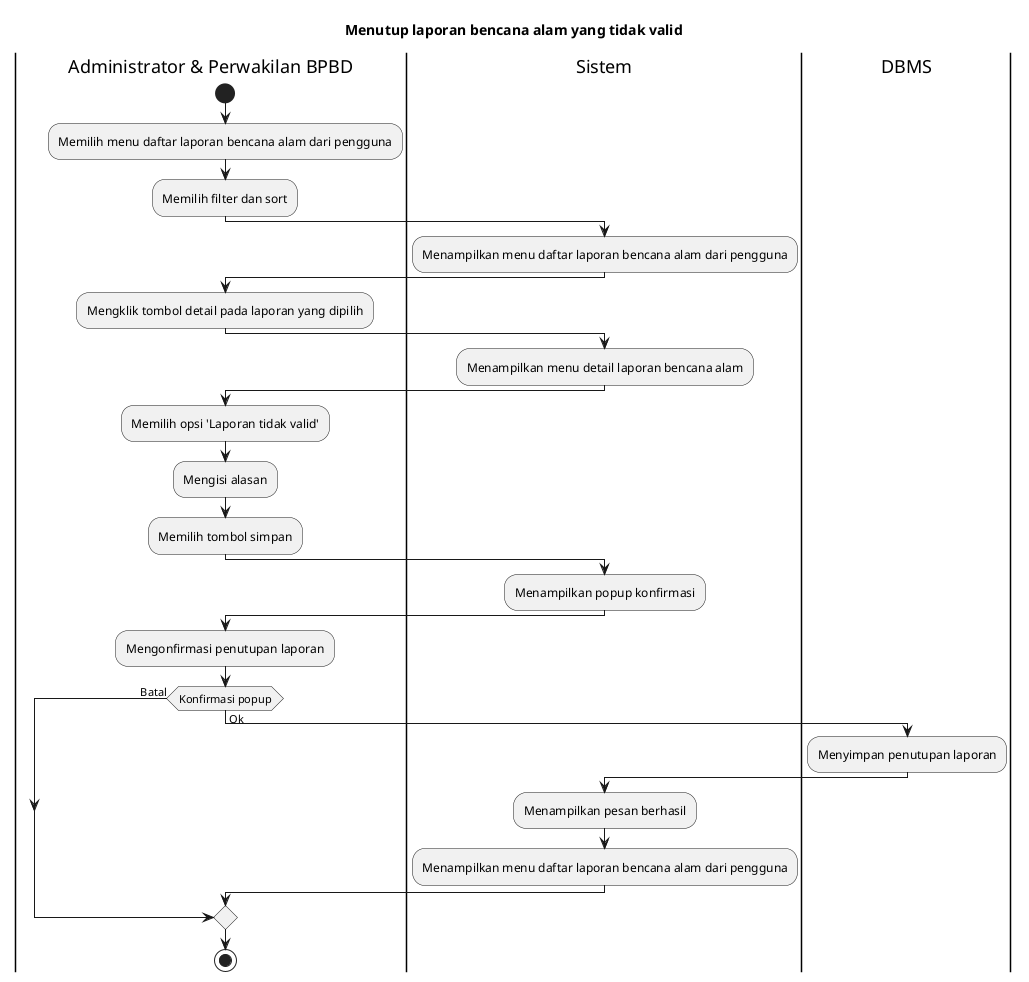
Before: export/Activity Diagrams/UC-MGDISASTER - Manajemen Data Bencana/UC-MGDISASTER-004 - Menutup laporan bencana alam yang tidak valid.png, a diagram exported from PlantUML (bagusNA/appl-diagrams).
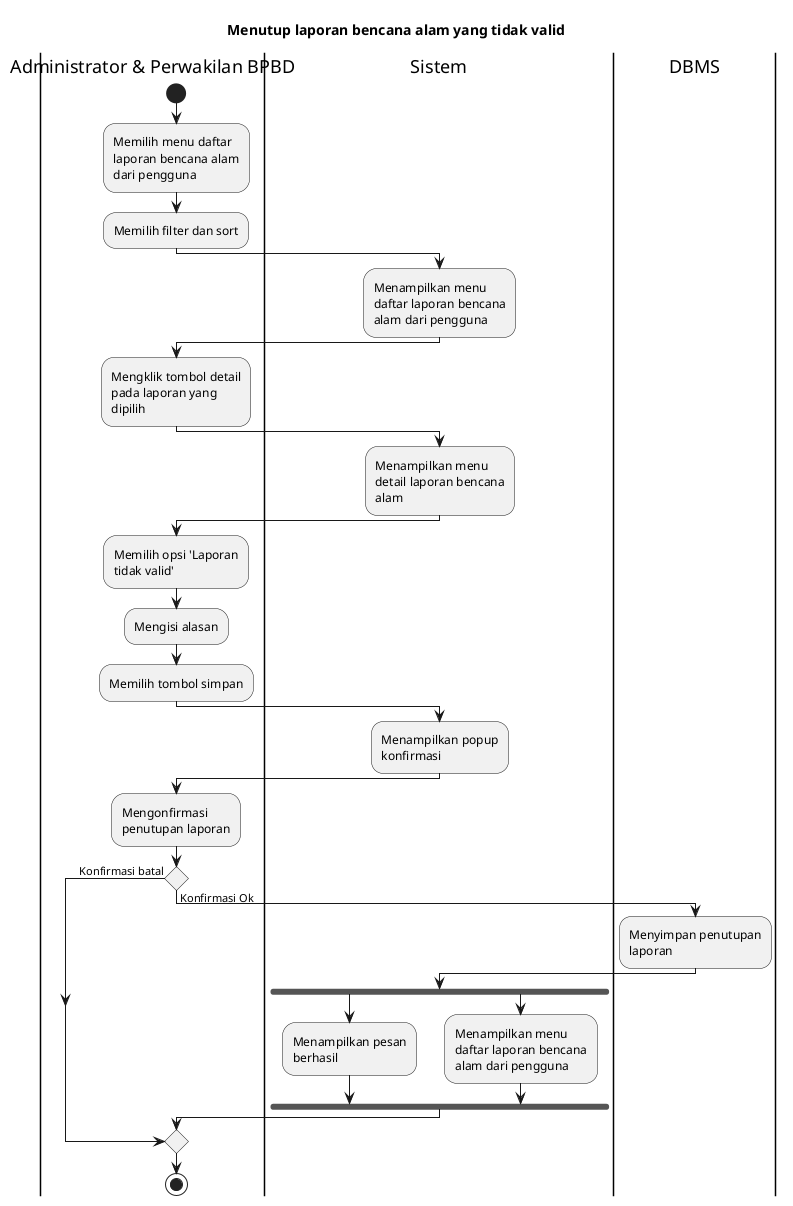
The same file after the commit.

Diff of the diagram source:
```diff
@@ -1,4 +1,6 @@
 @startuml
+skinparam wrapWidth 140
+
 title Menutup laporan bencana alam yang tidak valid
 
 |Administrator & Perwakilan BPBD|
@@ -26,14 +28,17 @@
 |Administrator & Perwakilan BPBD|
 :Mengonfirmasi penutupan laporan;
 
-if (Konfirmasi popup) then (Batal)
-else (Ok)
+if () then (Konfirmasi batal)
+else (Konfirmasi Ok)
   |DBMS|
   :Menyimpan penutupan laporan;
 
   |Sistem|
-  :Menampilkan pesan berhasil;
-  :Menampilkan menu daftar laporan bencana alam dari pengguna;
+  fork
+    :Menampilkan pesan berhasil;
+  fork again
+    :Menampilkan menu daftar laporan bencana alam dari pengguna;
+  endfork
 endif
 
 |Administrator & Perwakilan BPBD|
```
